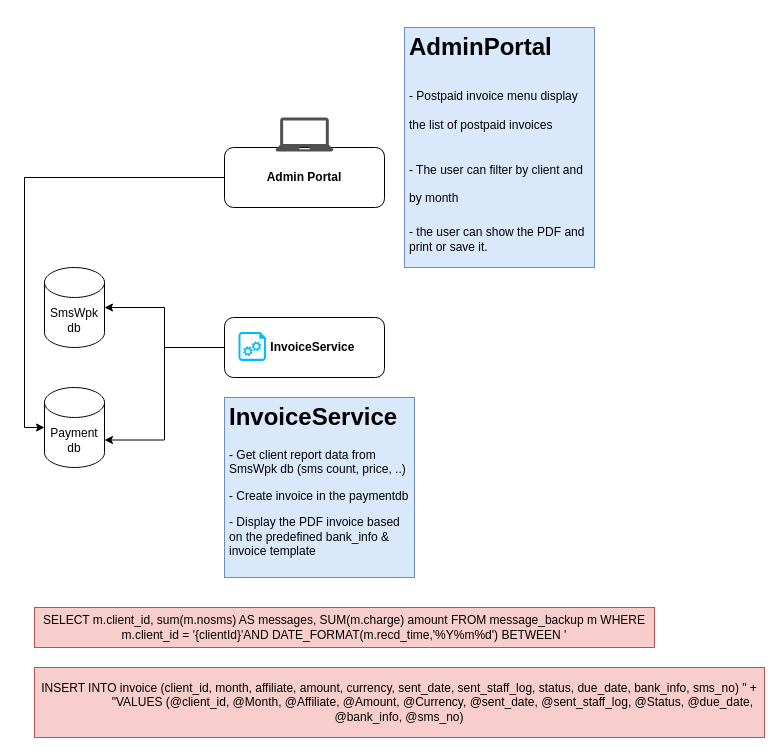
This is Untitled Diagram.drawio from maxxhount/files, a draw.io file, before an edit. Source tidied: cells renumbered, new cells numbered last; positions are measured from the earlier drawing's top-left corner, leaving out a move shared by most shapes. Both pictures are drawn from the tidied source at 100%, with x=0, y=0 at pixel (34, 27).
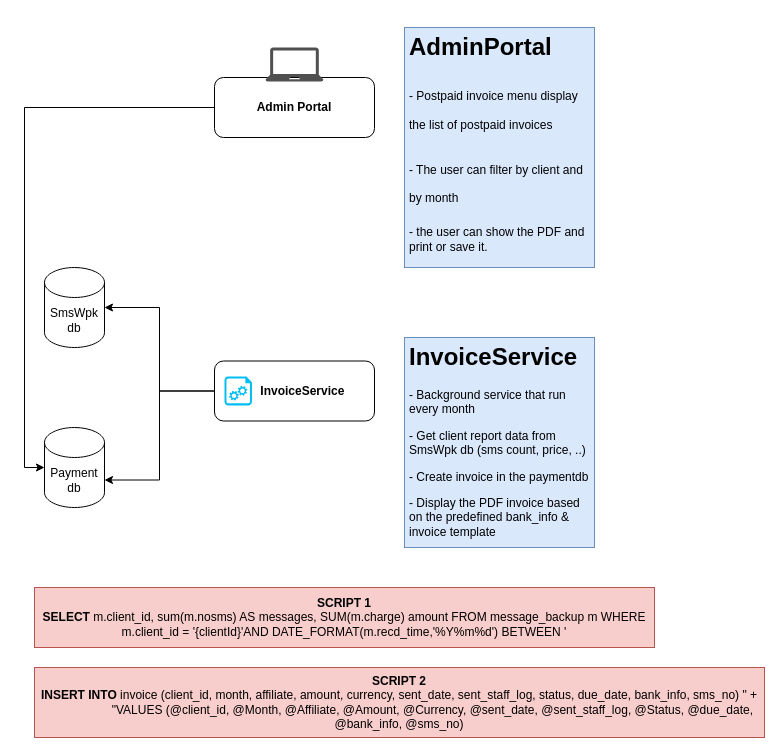
The same page after the edit.

What changed in the source:
```diff
@@
 <mxGraphModel>
   <root>
     <mxCell id="0" />
     <mxCell id="1" parent="0" />
     <mxCell id="2" style="edgeStyle=orthogonalEdgeStyle;rounded=0;jettySize=auto;html=1;entryX=1;entryY=0.5;entryDx=0;entryDy=0;entryPerimeter=0;" parent="1" edge="1" source="4" target="5">
       <mxGeometry relative="1" as="geometry" />
     </mxCell>
     <mxCell id="3" style="edgeStyle=orthogonalEdgeStyle;rounded=0;jettySize=auto;html=1;entryX=1;entryY=0;entryDx=0;entryDy=52.5;entryPerimeter=0;" parent="1" edge="1" source="4" target="6">
       <mxGeometry relative="1" as="geometry" />
     </mxCell>
-    <mxCell id="4" value="&lt;b&gt;&amp;nbsp; &amp;nbsp; &amp;nbsp;InvoiceService&lt;/b&gt;" style="rounded=1;whiteSpace=wrap;html=1;fontSize=12;glass=0;strokeWidth=1;shadow=0;" parent="1" vertex="1">
-      <mxGeometry x="190" y="290" width="160" height="60" as="geometry" />
-    </mxCell>
     <mxCell id="5" value="SmsWpk&lt;br&gt;db" style="shape=cylinder3;whiteSpace=wrap;html=1;boundedLbl=1;backgroundOutline=1;size=15;" parent="1" vertex="1">
       <mxGeometry x="10" y="240" width="60" height="80" as="geometry" />
     </mxCell>
     <mxCell id="6" value="Payment&lt;br&gt;db" style="shape=cylinder3;whiteSpace=wrap;html=1;boundedLbl=1;backgroundOutline=1;size=15;" parent="1" vertex="1">
-      <mxGeometry x="10" y="360" width="60" height="80" as="geometry" />
+      <mxGeometry x="10" y="400" width="60" height="80" as="geometry" />
     </mxCell>
-    <mxCell id="7" value="&lt;h1&gt;InvoiceService&lt;/h1&gt;&lt;p&gt;- Get client report data from SmsWpk db (sms count, price, ..)&lt;/p&gt;&lt;p&gt;- Create invoice in the paymentdb&lt;/p&gt;&lt;p&gt;- Display the PDF invoice based on the predefined bank_info &amp;amp; invoice template&lt;/p&gt;" style="text;html=1;spacing=5;spacingTop=-20;whiteSpace=wrap;overflow=hidden;rounded=0;fillColor=#dae8fc;strokeColor=#6c8ebf;" parent="1" vertex="1">
-      <mxGeometry x="190" y="370" width="190" height="180" as="geometry" />
+    <mxCell id="7" value="&lt;h1&gt;InvoiceService&lt;/h1&gt;&lt;p&gt;- Background service that run every month&lt;/p&gt;&lt;p&gt;- Get client report data from SmsWpk db (sms count, price, ..)&lt;/p&gt;&lt;p&gt;- Create invoice in the paymentdb&lt;/p&gt;&lt;p&gt;- Display the PDF invoice based on the predefined bank_info &amp;amp; invoice template&lt;/p&gt;" style="text;html=1;spacing=5;spacingTop=-20;whiteSpace=wrap;overflow=hidden;rounded=0;fillColor=#dae8fc;strokeColor=#6c8ebf;" parent="1" vertex="1">
+      <mxGeometry x="370" y="310" width="190" height="210" as="geometry" />
     </mxCell>
-    <mxCell id="8" value="SELECT m.client_id, sum(m.nosms) AS messages, SUM(m.charge) amount FROM message_backup m WHERE m.client_id = '{clientId}'AND DATE_FORMAT(m.recd_time,'%Y%m%d') BETWEEN '" style="text;html=1;strokeColor=#b85450;fillColor=#f8cecc;align=center;verticalAlign=middle;whiteSpace=wrap;rounded=0;" parent="1" vertex="1">
-      <mxGeometry y="580" width="620" height="40" as="geometry" />
+    <mxCell id="8" value="&lt;b&gt;SCRIPT 1&lt;br&gt;SELECT&lt;/b&gt; m.client_id, sum(m.nosms) AS messages, SUM(m.charge) amount FROM message_backup m WHERE m.client_id = '{clientId}'AND DATE_FORMAT(m.recd_time,'%Y%m%d') BETWEEN '" style="text;html=1;strokeColor=#b85450;fillColor=#f8cecc;align=center;verticalAlign=middle;whiteSpace=wrap;rounded=0;" parent="1" vertex="1">
+      <mxGeometry y="560" width="620" height="60" as="geometry" />
     </mxCell>
-    <mxCell id="9" value="&lt;div&gt;INSERT INTO invoice (client_id, month, affiliate, amount, currency, sent_date, sent_staff_log, status, due_date, bank_info, sms_no) &quot; +&lt;/div&gt;&lt;div&gt;&amp;nbsp; &amp;nbsp; &amp;nbsp; &amp;nbsp; &amp;nbsp; &amp;nbsp; &amp;nbsp; &amp;nbsp; &amp;nbsp; &amp;nbsp; &quot;VALUES (@client_id, @Month, @Affiliate, @Amount, @Currency, @sent_date, @sent_staff_log, @Status, @due_date, @bank_info, @sms_no)&lt;/div&gt;" style="text;html=1;strokeColor=#b85450;fillColor=#f8cecc;align=center;verticalAlign=middle;whiteSpace=wrap;rounded=0;" parent="1" vertex="1">
+    <mxCell id="9" value="&lt;div&gt;&lt;b&gt;SCRIPT 2&lt;/b&gt;&lt;/div&gt;&lt;div&gt;&lt;b&gt;INSERT INTO&lt;/b&gt; invoice (client_id, month, affiliate, amount, currency, sent_date, sent_staff_log, status, due_date, bank_info, sms_no) &quot; +&lt;/div&gt;&lt;div&gt;&amp;nbsp; &amp;nbsp; &amp;nbsp; &amp;nbsp; &amp;nbsp; &amp;nbsp; &amp;nbsp; &amp;nbsp; &amp;nbsp; &amp;nbsp; &quot;VALUES (@client_id, @Month, @Affiliate, @Amount, @Currency, @sent_date, @sent_staff_log, @Status, @due_date, @bank_info, @sms_no)&lt;/div&gt;" style="text;html=1;strokeColor=#b85450;fillColor=#f8cecc;align=center;verticalAlign=middle;whiteSpace=wrap;rounded=0;" parent="1" vertex="1">
       <mxGeometry y="640" width="730" height="70" as="geometry" />
     </mxCell>
+    <mxCell id="11" style="edgeStyle=orthogonalEdgeStyle;rounded=0;jettySize=auto;html=1;entryX=0;entryY=0.5;entryDx=0;entryDy=0;entryPerimeter=0;" parent="1" edge="1" source="12" target="6">
+      <mxGeometry relative="1" as="geometry" />
+    </mxCell>
+    <mxCell id="14" value="&lt;h1&gt;&lt;span&gt;AdminPortal&lt;/span&gt;&lt;/h1&gt;&lt;h1&gt;&lt;span style=&quot;font-size: 12px ; font-weight: normal&quot;&gt;- Postpaid invoice menu display the list of postpaid invoices&amp;nbsp;&lt;/span&gt;&lt;/h1&gt;&lt;h1&gt;&lt;span style=&quot;font-size: 12px ; font-weight: 400&quot;&gt;- The user can filter by client and by month&lt;/span&gt;&lt;/h1&gt;&lt;div&gt;&lt;span style=&quot;font-size: 12px ; font-weight: 400&quot;&gt;- the user can show the PDF and print or save it.&lt;/span&gt;&lt;/div&gt;&lt;div&gt;&lt;span style=&quot;font-size: 12px ; font-weight: 400&quot;&gt;&lt;br&gt;&lt;/span&gt;&lt;/div&gt;" style="text;html=1;spacing=5;spacingTop=-20;whiteSpace=wrap;overflow=hidden;rounded=0;fillColor=#dae8fc;strokeColor=#6c8ebf;" parent="1" vertex="1">
+      <mxGeometry x="370" width="190" height="240" as="geometry" />
+    </mxCell>
+    <mxCell id="15" style="group;" parent="1" vertex="1">
+      <mxGeometry x="180" y="333.5" width="160" height="60" as="geometry" />
+    </mxCell>
+    <mxCell id="4" value="&lt;b&gt;&amp;nbsp; &amp;nbsp; &amp;nbsp;InvoiceService&lt;/b&gt;" style="rounded=1;whiteSpace=wrap;html=1;fontSize=12;glass=0;strokeWidth=1;shadow=0;" parent="15" vertex="1">
+      <mxGeometry width="160" height="60" as="geometry" />
+    </mxCell>
-    <mxCell id="10" style="verticalLabelPosition=bottom;html=1;verticalAlign=top;align=center;strokeColor=none;fillColor=#00BEF2;shape=mxgraph.azure.startup_task;" parent="1" vertex="1">
-      <mxGeometry x="204" y="304.5" width="27.5" height="28.9" as="geometry" />
+    <mxCell id="10" style="verticalLabelPosition=bottom;html=1;verticalAlign=top;align=center;strokeColor=none;fillColor=#00BEF2;shape=mxgraph.azure.startup_task;" parent="15" vertex="1">
+      <mxGeometry x="10" y="15.5" width="27.5" height="28.9" as="geometry" />
     </mxCell>
-    <mxCell id="11" style="edgeStyle=orthogonalEdgeStyle;rounded=0;jettySize=auto;html=1;entryX=0;entryY=0.5;entryDx=0;entryDy=0;entryPerimeter=0;" parent="1" edge="1" source="12" target="6">
-      <mxGeometry relative="1" as="geometry" />
-    </mxCell>
+    <mxCell id="16" style="group;" parent="1" vertex="1">
+      <mxGeometry x="180" y="20" width="160" height="90" as="geometry" />
+    </mxCell>
-    <mxCell id="12" value="&lt;b&gt;Admin Portal&lt;/b&gt;" style="rounded=1;whiteSpace=wrap;html=1;fontSize=12;glass=0;strokeWidth=1;shadow=0;" parent="1" vertex="1">
-      <mxGeometry x="190" y="120" width="160" height="60" as="geometry" />
+    <mxCell id="12" value="&lt;b&gt;Admin Portal&lt;/b&gt;" style="rounded=1;whiteSpace=wrap;html=1;fontSize=12;glass=0;strokeWidth=1;shadow=0;" parent="16" vertex="1">
+      <mxGeometry y="30" width="160" height="60" as="geometry" />
     </mxCell>
-    <mxCell id="13" style="sketch=0;shadow=0;dashed=0;html=1;strokeColor=none;fillColor=#505050;labelPosition=center;verticalLabelPosition=bottom;verticalAlign=top;align=center;shape=mxgraph.office.devices.laptop;" parent="1" vertex="1">
-      <mxGeometry x="241" y="90" width="58" height="34" as="geometry" />
+    <mxCell id="13" style="sketch=0;shadow=0;dashed=0;html=1;strokeColor=none;fillColor=#505050;labelPosition=center;verticalLabelPosition=bottom;verticalAlign=top;align=center;shape=mxgraph.office.devices.laptop;" parent="16" vertex="1">
+      <mxGeometry x="51" width="58" height="34" as="geometry" />
     </mxCell>
-    <mxCell id="14" value="&lt;h1&gt;&lt;span&gt;AdminPortal&lt;/span&gt;&lt;/h1&gt;&lt;h1&gt;&lt;span style=&quot;font-size: 12px ; font-weight: normal&quot;&gt;- Postpaid invoice menu display the list of postpaid invoices&amp;nbsp;&lt;/span&gt;&lt;/h1&gt;&lt;h1&gt;&lt;span style=&quot;font-size: 12px ; font-weight: 400&quot;&gt;- The user can filter by client and by month&lt;/span&gt;&lt;/h1&gt;&lt;div&gt;&lt;span style=&quot;font-size: 12px ; font-weight: 400&quot;&gt;- the user can show the PDF and print or save it.&lt;/span&gt;&lt;/div&gt;&lt;div&gt;&lt;span style=&quot;font-size: 12px ; font-weight: 400&quot;&gt;&lt;br&gt;&lt;/span&gt;&lt;/div&gt;" style="text;html=1;spacing=5;spacingTop=-20;whiteSpace=wrap;overflow=hidden;rounded=0;fillColor=#dae8fc;strokeColor=#6c8ebf;" parent="1" vertex="1">
-      <mxGeometry x="370" width="190" height="240" as="geometry" />
-    </mxCell>
   </root>
 </mxGraphModel>
```
